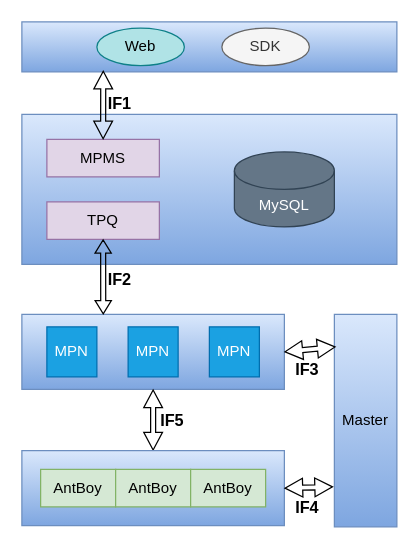
Earlier version of the draw.io diagram 梧桐.drawio (zebra-min/my-design). Source tidied: cells renumbered, new cells numbered last; positions are measured from the earlier drawing's top-left corner, leaving out a move shared by most shapes. Both pictures are drawn from the tidied source at 125%, with x=0, y=0 at pixel (21, 21).
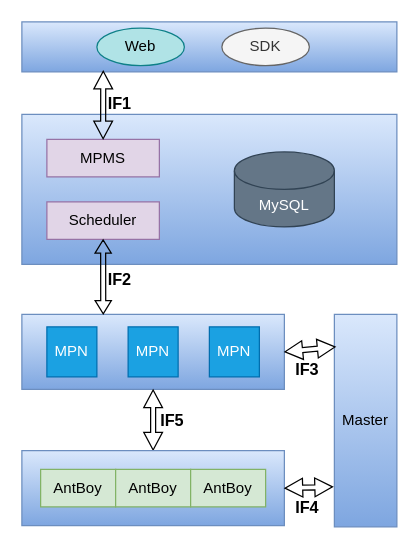
The same page after the edit.

Diff of the diagram source:
```diff
@@
-    <mxCell id="4" value="TPQ" style="rounded=0;whiteSpace=wrap;html=1;fillColor=#e1d5e7;strokeColor=#9673a6;" parent="1" vertex="1">
+    <mxCell id="4" value="Scheduler" style="rounded=0;whiteSpace=wrap;html=1;fillColor=#e1d5e7;strokeColor=#9673a6;" parent="1" vertex="1">
       <mxGeometry x="20" y="144" width="90" height="30" as="geometry" />
     </mxCell>
```
